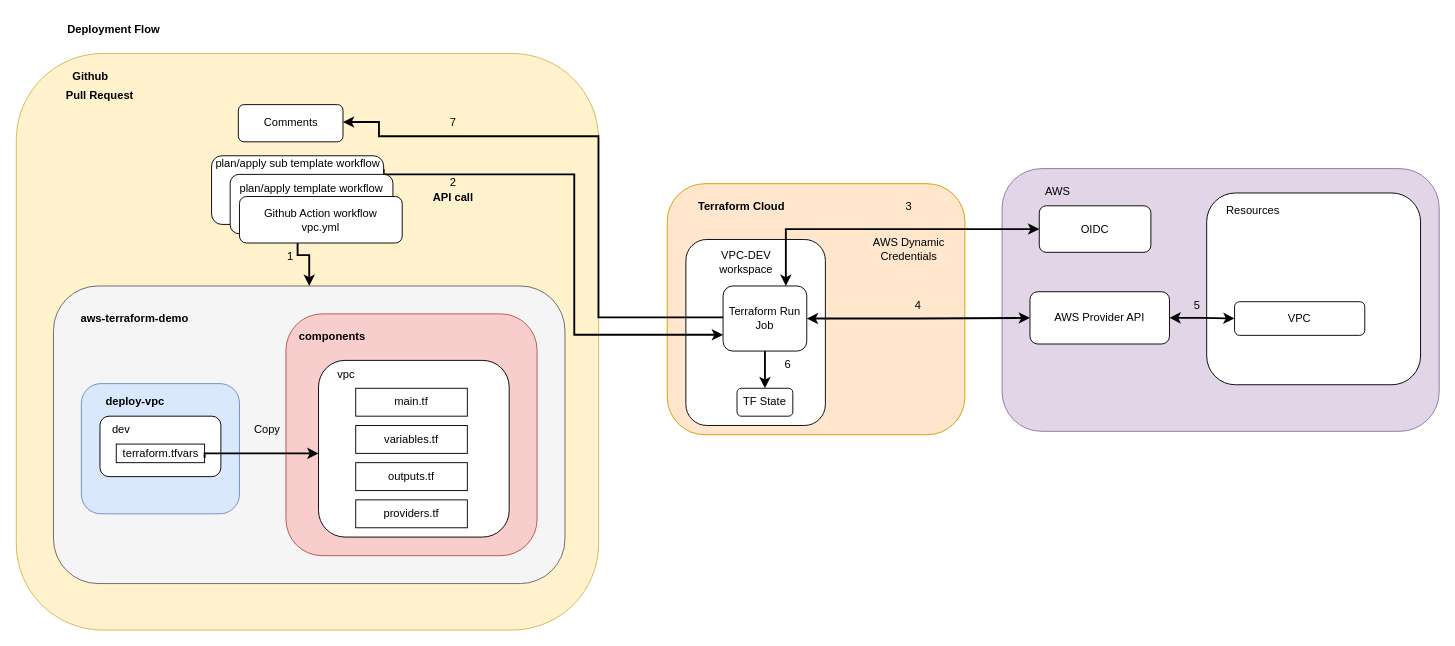
This is diagrams/deployment_flow.drawio from HanYangZhao/aws-terraform-demo, a draw.io file, before an edit. Source tidied: cells renumbered, new cells numbered last; positions are measured from the earlier drawing's top-left corner, leaving out a move shared by most shapes. Both pictures are drawn from the tidied source at 93%, with x=0, y=0 at pixel (16, 16).
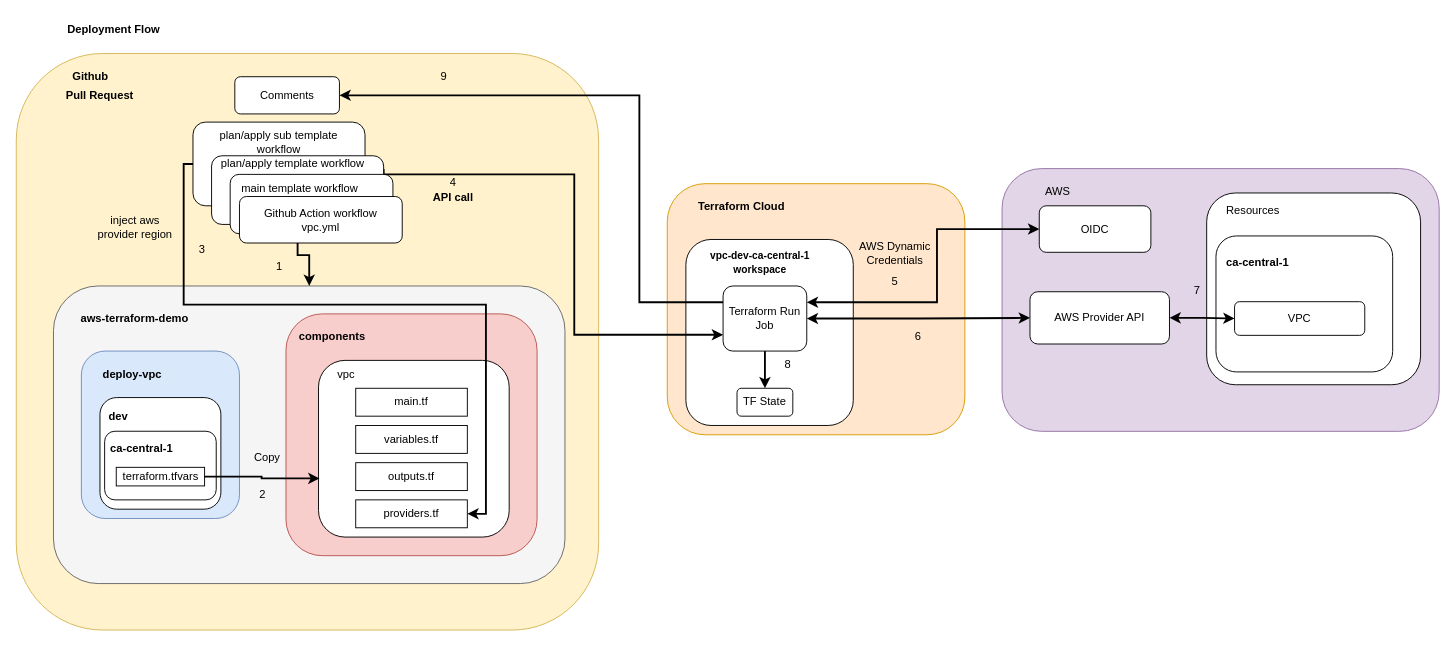
The same page after the edit.

The change refers to these unchanged cells:
```xml
<mxCell id="9" style="rounded=1;whiteSpace=wrap;html=1;" parent="1" vertex="1">
  <mxGeometry x="325" y="370" width="205" height="190" as="geometry" />
</mxCell>
<mxCell id="17" value="&lt;div&gt;providers.tf&lt;/div&gt;" style="rounded=0;whiteSpace=wrap;html=1;" parent="1" vertex="1">
  <mxGeometry x="365" y="520" width="120" height="30" as="geometry" />
</mxCell>
<mxCell id="25" value="OIDC" style="rounded=1;whiteSpace=wrap;html=1;" parent="1" vertex="1">
  <mxGeometry x="1100" y="203.8" width="120" height="50" as="geometry" />
</mxCell>
<mxCell id="32" value="Terraform Run Job" style="rounded=1;whiteSpace=wrap;html=1;" parent="1" vertex="1">
  <mxGeometry x="760" y="290" width="90" height="70" as="geometry" />
</mxCell>
```

What changed in the source:
```diff
@@
+    <mxCell id="4" style="rounded=1;whiteSpace=wrap;html=1;fillColor=#fff2cc;strokeColor=#d6b656;" parent="1" vertex="1">
+      <mxGeometry y="40" width="626.2" height="620" as="geometry" />
+    </mxCell>
+    <mxCell id="59" style="rounded=1;whiteSpace=wrap;html=1;" parent="1" vertex="1">
+      <mxGeometry x="190" y="113.8" width="185" height="90" as="geometry" />
+    </mxCell>
@@
     <mxCell id="3" style="rounded=1;whiteSpace=wrap;html=1;fillColor=default;" parent="1" vertex="1">
-      <mxGeometry x="720" y="240" width="150" height="200" as="geometry" />
+      <mxGeometry x="720" y="240" width="180" height="200" as="geometry" />
     </mxCell>
-    <mxCell id="4" style="rounded=1;whiteSpace=wrap;html=1;fillColor=#fff2cc;strokeColor=#d6b656;" parent="1" vertex="1">
-      <mxGeometry y="40" width="626.2" height="620" as="geometry" />
-    </mxCell>
@@
     <mxCell id="8" style="rounded=1;whiteSpace=wrap;html=1;fillColor=#dae8fc;strokeColor=#6c8ebf;" parent="1" vertex="1">
-      <mxGeometry x="70" y="395" width="170" height="140" as="geometry" />
+      <mxGeometry x="70" y="360" width="170" height="180" as="geometry" />
     </mxCell>
@@
     <mxCell id="10" value="&lt;b&gt;deploy-vpc&lt;/b&gt;" style="text;html=1;strokeColor=none;fillColor=none;align=center;verticalAlign=middle;whiteSpace=wrap;rounded=0;" parent="1" vertex="1">
-      <mxGeometry x="82.5" y="400" width="90" height="30" as="geometry" />
+      <mxGeometry x="80" y="370" width="90" height="30" as="geometry" />
     </mxCell>
@@
-    <mxCell id="27" value="VPC-DEV workspace" style="text;html=1;strokeColor=none;fillColor=none;align=center;verticalAlign=middle;whiteSpace=wrap;rounded=0;" parent="1" vertex="1">
-      <mxGeometry x="750" y="250" width="70" height="30" as="geometry" />
+    <mxCell id="27" value="&lt;b&gt;&lt;font style=&quot;font-size: 11px;&quot;&gt;vpc-dev-ca-central-1 workspace&lt;/font&gt;&lt;/b&gt;" style="text;html=1;strokeColor=none;fillColor=none;align=center;verticalAlign=middle;whiteSpace=wrap;rounded=0;" parent="1" vertex="1">
+      <mxGeometry x="740" y="250" width="120" height="30" as="geometry" />
     </mxCell>
@@
+    <mxCell id="60" style="edgeStyle=orthogonalEdgeStyle;rounded=0;jettySize=auto;html=1;exitX=0;exitY=0.25;exitDx=0;exitDy=0;entryX=1;entryY=0.5;entryDx=0;entryDy=0;strokeWidth=2;" parent="1" edge="1" source="32" target="37">
+      <mxGeometry relative="1" as="geometry">
+        <Array as="points">
+          <mxPoint x="670" y="308" />
+          <mxPoint x="670" y="85" />
+        </Array>
+      </mxGeometry>
+    </mxCell>
-    <mxCell id="30" style="edgeStyle=orthogonalEdgeStyle;rounded=0;jettySize=auto;html=1;exitX=0.75;exitY=0;exitDx=0;exitDy=0;entryX=0;entryY=0.5;entryDx=0;entryDy=0;startArrow=classic;startFill=1;strokeWidth=2;" parent="1" edge="1" source="32" target="25">
-      <mxGeometry relative="1" as="geometry" />
+    <mxCell id="30" style="edgeStyle=orthogonalEdgeStyle;rounded=0;jettySize=auto;html=1;exitX=1;exitY=0.25;exitDx=0;exitDy=0;entryX=0;entryY=0.5;entryDx=0;entryDy=0;strokeWidth=2;startArrow=classic;startFill=1;" parent="1" edge="1" source="32" target="25">
+      <mxGeometry relative="1" as="geometry">
+        <Array as="points">
+          <mxPoint x="990" y="308" />
+          <mxPoint x="990" y="229" />
+        </Array>
+      </mxGeometry>
     </mxCell>
-    <mxCell id="31" style="edgeStyle=orthogonalEdgeStyle;rounded=0;orthogonalLoop=1;jettySize=auto;html=1;exitX=0;exitY=0.5;exitDx=0;exitDy=0;entryX=1;entryY=0.5;entryDx=0;entryDy=0;strokeWidth=2;" parent="1" edge="1">
-      <mxGeometry relative="1" as="geometry">
-        <mxPoint x="766.2" y="323.7" as="sourcePoint" />
-        <mxPoint x="351.2" y="113.7" as="targetPoint" />
-        <Array as="points">
-          <mxPoint x="626" y="324" />
-          <mxPoint x="626" y="129" />
-          <mxPoint x="390" y="129" />
-          <mxPoint x="390" y="114" />
-        </Array>
-      </mxGeometry>
-    </mxCell>
@@
     <mxCell id="34" value="Copy" style="text;html=1;strokeColor=none;fillColor=none;align=center;verticalAlign=middle;whiteSpace=wrap;rounded=0;" parent="1" vertex="1">
-      <mxGeometry x="240" y="430" width="60" height="30" as="geometry" />
+      <mxGeometry x="240" y="460" width="60" height="30" as="geometry" />
     </mxCell>
@@
     <mxCell id="37" value="Comments" style="rounded=1;whiteSpace=wrap;html=1;" parent="1" vertex="1">
-      <mxGeometry x="238.8" y="95" width="112.5" height="40" as="geometry" />
+      <mxGeometry x="235" y="65" width="112.5" height="40" as="geometry" />
     </mxCell>
     <mxCell id="38" value="1" style="text;html=1;strokeColor=none;fillColor=none;align=center;verticalAlign=middle;whiteSpace=wrap;rounded=0;" parent="1" vertex="1">
-      <mxGeometry x="265" y="243.8" width="60" height="30" as="geometry" />
+      <mxGeometry x="252.5" y="253.8" width="60" height="30" as="geometry" />
     </mxCell>
-    <mxCell id="39" value="2" style="text;html=1;strokeColor=none;fillColor=none;align=center;verticalAlign=middle;whiteSpace=wrap;rounded=0;" parent="1" vertex="1">
+    <mxCell id="39" value="4" style="text;html=1;strokeColor=none;fillColor=none;align=center;verticalAlign=middle;whiteSpace=wrap;rounded=0;" parent="1" vertex="1">
       <mxGeometry x="440" y="163.8" width="60" height="30" as="geometry" />
     </mxCell>
-    <mxCell id="40" value="3" style="text;html=1;strokeColor=none;fillColor=none;align=center;verticalAlign=middle;whiteSpace=wrap;rounded=0;" parent="1" vertex="1">
-      <mxGeometry x="930" y="190" width="60" height="30" as="geometry" />
+    <mxCell id="40" value="5" style="text;html=1;strokeColor=none;fillColor=none;align=center;verticalAlign=middle;whiteSpace=wrap;rounded=0;" parent="1" vertex="1">
+      <mxGeometry x="915" y="270" width="60" height="30" as="geometry" />
     </mxCell>
-    <mxCell id="41" value="4" style="text;html=1;strokeColor=none;fillColor=none;align=center;verticalAlign=middle;whiteSpace=wrap;rounded=0;" parent="1" vertex="1">
-      <mxGeometry x="940" y="296.2" width="60" height="30" as="geometry" />
+    <mxCell id="41" value="6" style="text;html=1;strokeColor=none;fillColor=none;align=center;verticalAlign=middle;whiteSpace=wrap;rounded=0;" parent="1" vertex="1">
+      <mxGeometry x="940" y="330" width="60" height="30" as="geometry" />
     </mxCell>
-    <mxCell id="42" value="6" style="text;html=1;strokeColor=none;fillColor=none;align=center;verticalAlign=middle;whiteSpace=wrap;rounded=0;" parent="1" vertex="1">
+    <mxCell id="42" value="8" style="text;html=1;strokeColor=none;fillColor=none;align=center;verticalAlign=middle;whiteSpace=wrap;rounded=0;" parent="1" vertex="1">
       <mxGeometry x="800" y="360" width="60" height="30" as="geometry" />
     </mxCell>
-    <mxCell id="43" value="7" style="text;html=1;strokeColor=none;fillColor=none;align=center;verticalAlign=middle;whiteSpace=wrap;rounded=0;" parent="1" vertex="1">
-      <mxGeometry x="440" y="100" width="60" height="30" as="geometry" />
+    <mxCell id="43" value="9" style="text;html=1;strokeColor=none;fillColor=none;align=center;verticalAlign=middle;whiteSpace=wrap;rounded=0;" parent="1" vertex="1">
+      <mxGeometry x="430" y="50" width="60" height="30" as="geometry" />
     </mxCell>
     <mxCell id="44" value="AWS Dynamic Credentials" style="text;html=1;strokeColor=none;fillColor=none;align=center;verticalAlign=middle;whiteSpace=wrap;rounded=0;" parent="1" vertex="1">
-      <mxGeometry x="905" y="236.2" width="110" height="30" as="geometry" />
+      <mxGeometry x="890" y="240" width="110" height="30" as="geometry" />
     </mxCell>
@@
     <mxCell id="47" value="plan/apply template workflow" style="text;html=1;strokeColor=none;fillColor=none;align=center;verticalAlign=middle;whiteSpace=wrap;rounded=0;" parent="1" vertex="1">
-      <mxGeometry x="235" y="170" width="165" height="30" as="geometry" />
+      <mxGeometry x="215" y="143.8" width="165" height="30" as="geometry" />
     </mxCell>
     <mxCell id="48" value="plan/apply sub template workflow" style="text;html=1;strokeColor=none;fillColor=none;align=center;verticalAlign=middle;whiteSpace=wrap;rounded=0;" parent="1" vertex="1">
-      <mxGeometry x="207.5" y="143.8" width="190" height="30" as="geometry" />
+      <mxGeometry x="200" y="120" width="165" height="30" as="geometry" />
     </mxCell>
@@
     <mxCell id="50" style="rounded=1;whiteSpace=wrap;html=1;" parent="1" vertex="1">
-      <mxGeometry x="90" y="430" width="130" height="65" as="geometry" />
+      <mxGeometry x="90" y="410" width="130" height="120" as="geometry" />
     </mxCell>
-    <mxCell id="51" value="&lt;div&gt;terraform.tfvars&lt;/div&gt;" style="rounded=0;whiteSpace=wrap;html=1;" parent="1" vertex="1">
-      <mxGeometry x="107.5" y="460" width="95" height="20" as="geometry" />
-    </mxCell>
-    <mxCell id="52" value="dev" style="text;html=1;strokeColor=none;fillColor=none;align=center;verticalAlign=middle;whiteSpace=wrap;rounded=0;" parent="1" vertex="1">
-      <mxGeometry x="82.5" y="430" width="60" height="30" as="geometry" />
+    <mxCell id="52" value="&lt;b&gt;dev&lt;/b&gt;" style="text;html=1;strokeColor=none;fillColor=none;align=center;verticalAlign=middle;whiteSpace=wrap;rounded=0;" parent="1" vertex="1">
+      <mxGeometry x="80" y="416.2" width="60" height="30" as="geometry" />
     </mxCell>
@@
+    <mxCell id="61" style="rounded=1;whiteSpace=wrap;html=1;" parent="1" vertex="1">
+      <mxGeometry x="95" y="446.2" width="120" height="73.8" as="geometry" />
+    </mxCell>
+    <mxCell id="51" value="&lt;div&gt;terraform.tfvars&lt;/div&gt;" style="rounded=0;whiteSpace=wrap;html=1;" parent="1" vertex="1">
+      <mxGeometry x="107.5" y="485" width="95" height="20" as="geometry" />
+    </mxCell>
+    <mxCell id="62" value="&lt;b&gt;ca-central-1&lt;/b&gt;" style="text;html=1;strokeColor=none;fillColor=none;align=center;verticalAlign=middle;whiteSpace=wrap;rounded=0;" parent="1" vertex="1">
+      <mxGeometry x="90" y="450" width="90" height="30" as="geometry" />
+    </mxCell>
+    <mxCell id="63" value="main template workflow" style="text;html=1;strokeColor=none;fillColor=none;align=center;verticalAlign=middle;whiteSpace=wrap;rounded=0;" parent="1" vertex="1">
+      <mxGeometry x="230" y="170" width="150" height="30" as="geometry" />
+    </mxCell>
+    <mxCell id="64" style="edgeStyle=orthogonalEdgeStyle;rounded=0;jettySize=auto;html=1;exitX=0;exitY=0.5;exitDx=0;exitDy=0;entryX=1;entryY=0.5;entryDx=0;entryDy=0;strokeWidth=2;" parent="1" edge="1" source="59" target="17">
+      <mxGeometry relative="1" as="geometry">
+        <Array as="points">
+          <mxPoint x="180" y="159" />
+          <mxPoint x="180" y="310" />
+          <mxPoint x="505" y="310" />
+          <mxPoint x="505" y="535" />
+        </Array>
+      </mxGeometry>
+    </mxCell>
+    <mxCell id="65" value="inject aws provider region " style="text;html=1;strokeColor=none;fillColor=none;align=center;verticalAlign=middle;whiteSpace=wrap;rounded=0;" parent="1" vertex="1">
+      <mxGeometry x="82.5" y="190" width="90" height="73.1" as="geometry" />
+    </mxCell>
+    <mxCell id="58" style="edgeStyle=orthogonalEdgeStyle;rounded=0;jettySize=auto;html=1;exitX=1;exitY=0.5;exitDx=0;exitDy=0;entryX=0.005;entryY=0.668;entryDx=0;entryDy=0;entryPerimeter=0;strokeWidth=2;" parent="1" edge="1" source="51" target="9">
+      <mxGeometry relative="1" as="geometry" />
+    </mxCell>
+    <mxCell id="66" value="2" style="text;html=1;strokeColor=none;fillColor=none;align=center;verticalAlign=middle;whiteSpace=wrap;rounded=0;" parent="1" vertex="1">
+      <mxGeometry x="235" y="500" width="60" height="30" as="geometry" />
+    </mxCell>
+    <mxCell id="67" value="3" style="text;html=1;strokeColor=none;fillColor=none;align=center;verticalAlign=middle;whiteSpace=wrap;rounded=0;" parent="1" vertex="1">
+      <mxGeometry x="170" y="236.2" width="60" height="30" as="geometry" />
+    </mxCell>
+    <mxCell id="68" style="rounded=1;whiteSpace=wrap;html=1;" parent="1" vertex="1">
+      <mxGeometry x="1290" y="236.2" width="190" height="146.2" as="geometry" />
+    </mxCell>
@@
+    <mxCell id="57" value="7" style="text;html=1;strokeColor=none;fillColor=none;align=center;verticalAlign=middle;whiteSpace=wrap;rounded=0;" parent="1" vertex="1">
+      <mxGeometry x="1240" y="280" width="60" height="30" as="geometry" />
+    </mxCell>
@@
-    <mxCell id="57" value="5" style="text;html=1;strokeColor=none;fillColor=none;align=center;verticalAlign=middle;whiteSpace=wrap;rounded=0;" parent="1" vertex="1">
-      <mxGeometry x="1240" y="296.2" width="60" height="30" as="geometry" />
-    </mxCell>
-    <mxCell id="58" style="edgeStyle=orthogonalEdgeStyle;rounded=0;jettySize=auto;html=1;exitX=1;exitY=0.75;exitDx=0;exitDy=0;strokeWidth=2;" parent="1" edge="1" source="51" target="9">
-      <mxGeometry relative="1" as="geometry">
-        <Array as="points">
-          <mxPoint x="202" y="470" />
-        </Array>
-      </mxGeometry>
-    </mxCell>
+    <mxCell id="69" value="&lt;b&gt;ca-central-1&lt;/b&gt;" style="text;html=1;strokeColor=none;fillColor=none;align=center;verticalAlign=middle;whiteSpace=wrap;rounded=0;" parent="1" vertex="1">
+      <mxGeometry x="1290" y="250" width="90" height="30" as="geometry" />
+    </mxCell>
```
